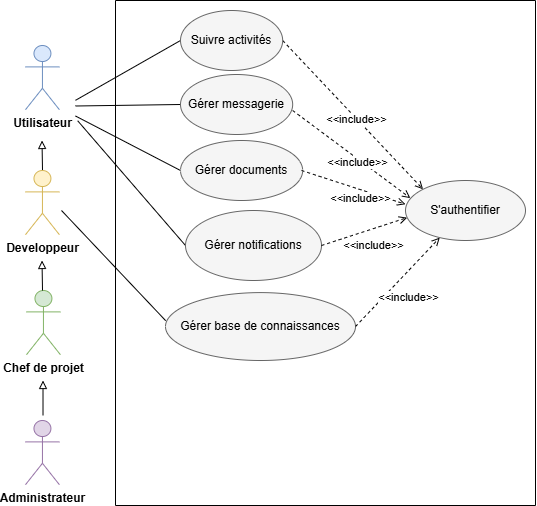
Earlier version of the draw.io export Images/Diagramme cas utilisation sprint 4.drawio.png (rihab-dev/Rapport-PFE). Source tidied: cells renumbered, new cells last; positions are measured from the earlier drawing's top-left corner, leaving out a move shared by most shapes.
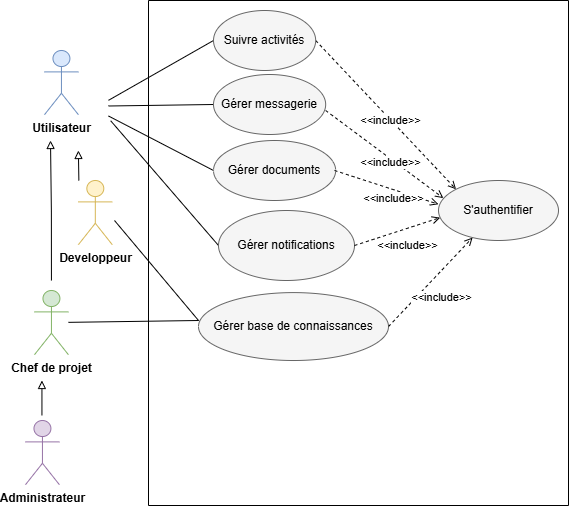
Above is the later version.

The edit, as a diff of the source:
```diff
@@ -2,26 +2,26 @@
   <root>
     <mxCell id="0" />
     <mxCell id="1" parent="0" />
-    <mxCell id="2" style="endArrow=none;html=1;rounded=0;entryX=0;entryY=0.5;entryDx=0;entryDy=0;" parent="1" edge="1" target="14">
-      <mxGeometry relative="1" as="geometry">
-        <mxPoint x="50" y="99.8" as="sourcePoint" />
-      </mxGeometry>
-    </mxCell>
-    <mxCell id="3" style="endArrow=none;html=1;rounded=0;entryX=0;entryY=0.5;entryDx=0;entryDy=0;" parent="1" edge="1" target="8">
-      <mxGeometry relative="1" as="geometry">
-        <mxPoint x="50" y="115.5" as="sourcePoint" />
-      </mxGeometry>
-    </mxCell>
-    <mxCell id="4" style="endArrow=none;html=1;rounded=0;entryX=0;entryY=0.5;entryDx=0;entryDy=0;" parent="1" edge="1" target="9">
-      <mxGeometry relative="1" as="geometry">
-        <mxPoint x="50" y="105.5" as="sourcePoint" />
-      </mxGeometry>
-    </mxCell>
-    <mxCell id="5" style="endArrow=none;html=1;rounded=0;entryX=0;entryY=0.5;entryDx=0;entryDy=0;" parent="1" edge="1" target="7">
-      <mxGeometry relative="1" as="geometry">
-        <mxPoint x="52.2" y="120.2" as="sourcePoint" />
-      </mxGeometry>
-    </mxCell>
+    <mxCell id="31" style="endArrow=none;html=1;rounded=0;entryX=0;entryY=0.5;entryDx=0;entryDy=0;" parent="1" edge="1" target="14">
+      <mxGeometry relative="1" as="geometry">
+        <mxPoint x="50" y="99.8" as="sourcePoint" />
+      </mxGeometry>
+    </mxCell>
+    <mxCell id="32" style="endArrow=none;html=1;rounded=0;entryX=0;entryY=0.5;entryDx=0;entryDy=0;" parent="1" edge="1" target="8">
+      <mxGeometry relative="1" as="geometry">
+        <mxPoint x="50" y="115.5" as="sourcePoint" />
+      </mxGeometry>
+    </mxCell>
+    <mxCell id="33" style="endArrow=none;html=1;rounded=0;entryX=0;entryY=0.5;entryDx=0;entryDy=0;" parent="1" edge="1" target="9">
+      <mxGeometry relative="1" as="geometry">
+        <mxPoint x="50" y="105.5" as="sourcePoint" />
+      </mxGeometry>
+    </mxCell>
+    <mxCell id="34" style="endArrow=none;html=1;rounded=0;entryX=0;entryY=0.5;entryDx=0;entryDy=0;" parent="1" edge="1" target="7">
+      <mxGeometry relative="1" as="geometry">
+        <mxPoint x="52.2" y="120.2" as="sourcePoint" />
+      </mxGeometry>
+    </mxCell>
     <mxCell id="6" style="swimlane;startSize=0;" parent="1" vertex="1">
       <mxGeometry x="90" width="420" height="505" as="geometry" />
     </mxCell>
@@ -43,84 +43,89 @@
     <mxCell id="12" style="endArrow=open;html=1;rounded=0;exitX=1;exitY=0.5;exitDx=0;exitDy=0;endFill=0;dashed=1;entryX=0;entryY=0;entryDx=0;entryDy=0;" parent="6" edge="1" source="14" target="11">
       <mxGeometry relative="1" as="geometry" />
     </mxCell>
-    <mxCell id="13" value="&amp;lt;&amp;lt;include&amp;gt;&amp;gt;" style="edgeLabel;html=1;align=center;verticalAlign=middle;" parent="12" vertex="1">
-      <mxGeometry x="-0.09" y="-3" relative="1" as="geometry">
-        <mxPoint x="12" y="9" as="offset" />
-      </mxGeometry>
-    </mxCell>
+    <mxCell id="35" value="&amp;lt;&amp;lt;include&amp;gt;&amp;gt;" style="edgeLabel;html=1;align=center;verticalAlign=middle;" parent="12" vertex="1">
+      <mxGeometry x="-0.09" y="-3" relative="1" as="geometry">
+        <mxPoint x="12" y="9" as="offset" />
+      </mxGeometry>
+    </mxCell>
     <mxCell id="14" value="&lt;span style=&quot;white-space: pre-wrap;&quot;&gt;Suivre activités&lt;/span&gt;" style="ellipse;whiteSpace=wrap;html=1;fillColor=#f5f5f5;fontColor=#000000;strokeColor=#666666;" parent="6" vertex="1">
       <mxGeometry x="65" y="10" width="102.2" height="60" as="geometry" />
     </mxCell>
-    <mxCell id="15" style="endArrow=open;html=1;rounded=0;exitX=1;exitY=0.5;exitDx=0;exitDy=0;endFill=0;dashed=1;entryX=0.041;entryY=0.294;entryDx=0;entryDy=0;entryPerimeter=0;" parent="6" edge="1" target="11">
-      <mxGeometry relative="1" as="geometry">
-        <mxPoint x="177.2" y="110" as="sourcePoint" />
-      </mxGeometry>
-    </mxCell>
-    <mxCell id="16" value="&amp;lt;&amp;lt;include&amp;gt;&amp;gt;" style="edgeLabel;html=1;align=center;verticalAlign=middle;" parent="15" vertex="1">
-      <mxGeometry x="-0.09" y="-3" relative="1" as="geometry">
-        <mxPoint x="12" y="9" as="offset" />
-      </mxGeometry>
-    </mxCell>
-    <mxCell id="17" style="endArrow=open;html=1;rounded=0;endFill=0;dashed=1;entryX=0;entryY=0.396;entryDx=0;entryDy=0;entryPerimeter=0;" parent="6" edge="1" target="11">
-      <mxGeometry relative="1" as="geometry">
-        <mxPoint x="186" y="170" as="sourcePoint" />
-      </mxGeometry>
-    </mxCell>
-    <mxCell id="18" value="&amp;lt;&amp;lt;include&amp;gt;&amp;gt;" style="edgeLabel;html=1;align=center;verticalAlign=middle;" parent="17" vertex="1">
-      <mxGeometry x="-0.09" y="-3" relative="1" as="geometry">
-        <mxPoint x="12" y="9" as="offset" />
-      </mxGeometry>
-    </mxCell>
+    <mxCell id="36" style="endArrow=open;html=1;rounded=0;exitX=1;exitY=0.5;exitDx=0;exitDy=0;endFill=0;dashed=1;entryX=0.041;entryY=0.294;entryDx=0;entryDy=0;entryPerimeter=0;" parent="6" edge="1" target="11">
+      <mxGeometry relative="1" as="geometry">
+        <mxPoint x="177.2" y="110" as="sourcePoint" />
+      </mxGeometry>
+    </mxCell>
+    <mxCell id="37" value="&amp;lt;&amp;lt;include&amp;gt;&amp;gt;" style="edgeLabel;html=1;align=center;verticalAlign=middle;" parent="36" vertex="1">
+      <mxGeometry x="-0.09" y="-3" relative="1" as="geometry">
+        <mxPoint x="12" y="9" as="offset" />
+      </mxGeometry>
+    </mxCell>
+    <mxCell id="38" style="endArrow=open;html=1;rounded=0;endFill=0;dashed=1;entryX=0;entryY=0.396;entryDx=0;entryDy=0;entryPerimeter=0;" parent="6" edge="1" target="11">
+      <mxGeometry relative="1" as="geometry">
+        <mxPoint x="186" y="170" as="sourcePoint" />
+      </mxGeometry>
+    </mxCell>
+    <mxCell id="39" value="&amp;lt;&amp;lt;include&amp;gt;&amp;gt;" style="edgeLabel;html=1;align=center;verticalAlign=middle;" parent="38" vertex="1">
+      <mxGeometry x="-0.09" y="-3" relative="1" as="geometry">
+        <mxPoint x="12" y="9" as="offset" />
+      </mxGeometry>
+    </mxCell>
     <mxCell id="19" style="endArrow=open;html=1;rounded=0;exitX=1;exitY=0.5;exitDx=0;exitDy=0;endFill=0;dashed=1;entryX=0.014;entryY=0.619;entryDx=0;entryDy=0;entryPerimeter=0;" parent="6" edge="1" source="7" target="11">
       <mxGeometry relative="1" as="geometry" />
     </mxCell>
-    <mxCell id="20" value="&amp;lt;&amp;lt;include&amp;gt;&amp;gt;" style="edgeLabel;html=1;align=center;verticalAlign=middle;" parent="19" vertex="1">
-      <mxGeometry x="-0.09" y="-3" relative="1" as="geometry">
-        <mxPoint x="12" y="9" as="offset" />
-      </mxGeometry>
-    </mxCell>
+    <mxCell id="40" value="&amp;lt;&amp;lt;include&amp;gt;&amp;gt;" style="edgeLabel;html=1;align=center;verticalAlign=middle;" parent="19" vertex="1">
+      <mxGeometry x="-0.09" y="-3" relative="1" as="geometry">
+        <mxPoint x="12" y="9" as="offset" />
+      </mxGeometry>
+    </mxCell>
     <mxCell id="21" style="endArrow=open;html=1;rounded=0;exitX=1;exitY=0.5;exitDx=0;exitDy=0;endFill=0;dashed=1;" parent="6" edge="1" source="10" target="11">
       <mxGeometry relative="1" as="geometry" />
     </mxCell>
-    <mxCell id="22" value="&amp;lt;&amp;lt;include&amp;gt;&amp;gt;" style="edgeLabel;html=1;align=center;verticalAlign=middle;" parent="21" vertex="1">
-      <mxGeometry x="-0.09" y="-3" relative="1" as="geometry">
-        <mxPoint x="12" y="9" as="offset" />
-      </mxGeometry>
-    </mxCell>
-    <mxCell id="23" style="endArrow=none;html=1;rounded=0;entryX=0.001;entryY=0.414;entryDx=0;entryDy=0;entryPerimeter=0;" parent="1" edge="1" target="10">
-      <mxGeometry relative="1" as="geometry">
-        <mxPoint x="36" y="210" as="sourcePoint" />
-      </mxGeometry>
-    </mxCell>
+    <mxCell id="41" value="&amp;lt;&amp;lt;include&amp;gt;&amp;gt;" style="edgeLabel;html=1;align=center;verticalAlign=middle;" parent="21" vertex="1">
+      <mxGeometry x="-0.09" y="-3" relative="1" as="geometry">
+        <mxPoint x="12" y="9" as="offset" />
+      </mxGeometry>
+    </mxCell>
+    <mxCell id="42" style="endArrow=none;html=1;rounded=0;entryX=0.001;entryY=0.414;entryDx=0;entryDy=0;entryPerimeter=0;" parent="6" edge="1" source="27">
+      <mxGeometry relative="1" as="geometry">
+        <mxPoint x="50" y="320" as="targetPoint" />
+      </mxGeometry>
+    </mxCell>
+    <mxCell id="43" style="endArrow=none;html=1;rounded=0;entryX=0.001;entryY=0.414;entryDx=0;entryDy=0;entryPerimeter=0;" parent="1" edge="1" target="10">
+      <mxGeometry relative="1" as="geometry">
+        <mxPoint x="56" y="220" as="sourcePoint" />
+      </mxGeometry>
+    </mxCell>
     <mxCell id="24" value="&lt;b&gt;Utilisateur&lt;/b&gt;" style="shape=umlActor;verticalLabelPosition=bottom;verticalAlign=top;html=1;fillColor=#dae8fc;strokeColor=#6c8ebf;" parent="1" vertex="1">
-      <mxGeometry y="45" width="33.9" height="64.2" as="geometry" />
+      <mxGeometry x="-14" y="50" width="33.9" height="64.2" as="geometry" />
     </mxCell>
-    <mxCell id="25" style="edgeStyle=orthogonalEdgeStyle;rounded=0;orthogonalLoop=1;jettySize=auto;html=1;endArrow=block;endFill=0;" parent="1" edge="1">
-      <mxGeometry relative="1" as="geometry">
-        <mxPoint x="17" y="170" as="sourcePoint" />
-        <mxPoint x="16.5" y="140" as="targetPoint" />
-      </mxGeometry>
-    </mxCell>
+    <mxCell id="44" style="edgeStyle=orthogonalEdgeStyle;rounded=0;orthogonalLoop=1;jettySize=auto;html=1;endArrow=block;endFill=0;" parent="1" edge="1">
+      <mxGeometry relative="1" as="geometry">
+        <mxPoint x="20.4" y="180" as="sourcePoint" />
+        <mxPoint x="19.9" y="150" as="targetPoint" />
+      </mxGeometry>
+    </mxCell>
     <mxCell id="26" value="&lt;b&gt;Developpeur&lt;/b&gt;" style="shape=umlActor;verticalLabelPosition=bottom;verticalAlign=top;html=1;fillColor=#fff2cc;strokeColor=#d6b656;" parent="1" vertex="1">
-      <mxGeometry y="170" width="33.9" height="64.2" as="geometry" />
+      <mxGeometry x="19.9" y="180" width="33.9" height="64.2" as="geometry" />
     </mxCell>
     <mxCell id="27" value="&lt;b&gt;Chef de projet&lt;/b&gt;" style="shape=umlActor;verticalLabelPosition=bottom;verticalAlign=top;html=1;outlineConnect=0;fillColor=#d5e8d4;strokeColor=#82b366;" parent="1" vertex="1">
-      <mxGeometry x="1" y="290" width="33.9" height="64.2" as="geometry" />
+      <mxGeometry x="-24" y="290" width="33.9" height="64.2" as="geometry" />
     </mxCell>
-    <mxCell id="28" style="edgeStyle=orthogonalEdgeStyle;rounded=0;orthogonalLoop=1;jettySize=auto;html=1;endArrow=block;endFill=0;" parent="1" edge="1">
-      <mxGeometry relative="1" as="geometry">
-        <mxPoint x="17.5" y="415" as="sourcePoint" />
-        <mxPoint x="17.5" y="380" as="targetPoint" />
-      </mxGeometry>
-    </mxCell>
+    <mxCell id="45" style="edgeStyle=orthogonalEdgeStyle;rounded=0;orthogonalLoop=1;jettySize=auto;html=1;endArrow=block;endFill=0;" parent="1" edge="1">
+      <mxGeometry relative="1" as="geometry">
+        <mxPoint x="-16.6" y="415" as="sourcePoint" />
+        <mxPoint x="-16.6" y="380" as="targetPoint" />
+      </mxGeometry>
+    </mxCell>
     <mxCell id="29" value="&lt;b&gt;Administrateur&lt;/b&gt;" style="shape=umlActor;verticalLabelPosition=bottom;verticalAlign=top;html=1;fillColor=#e1d5e7;strokeColor=#9673a6;" parent="1" vertex="1">
-      <mxGeometry y="420" width="33.9" height="64.2" as="geometry" />
+      <mxGeometry x="-33" y="420" width="33.9" height="64.2" as="geometry" />
     </mxCell>
-    <mxCell id="30" style="edgeStyle=orthogonalEdgeStyle;rounded=0;orthogonalLoop=1;jettySize=auto;html=1;endArrow=block;endFill=0;" parent="1" edge="1">
-      <mxGeometry relative="1" as="geometry">
-        <mxPoint x="17" y="290" as="sourcePoint" />
-        <mxPoint x="16.5" y="260" as="targetPoint" />
-      </mxGeometry>
-    </mxCell>
+    <mxCell id="46" style="edgeStyle=orthogonalEdgeStyle;rounded=0;orthogonalLoop=1;jettySize=auto;html=1;endArrow=block;endFill=0;" parent="1" edge="1">
+      <mxGeometry relative="1" as="geometry">
+        <mxPoint x="-7.1" y="280" as="sourcePoint" />
+        <mxPoint x="-8" y="140" as="targetPoint" />
+      </mxGeometry>
+    </mxCell>
   </root>
 </mxGraphModel>
```
